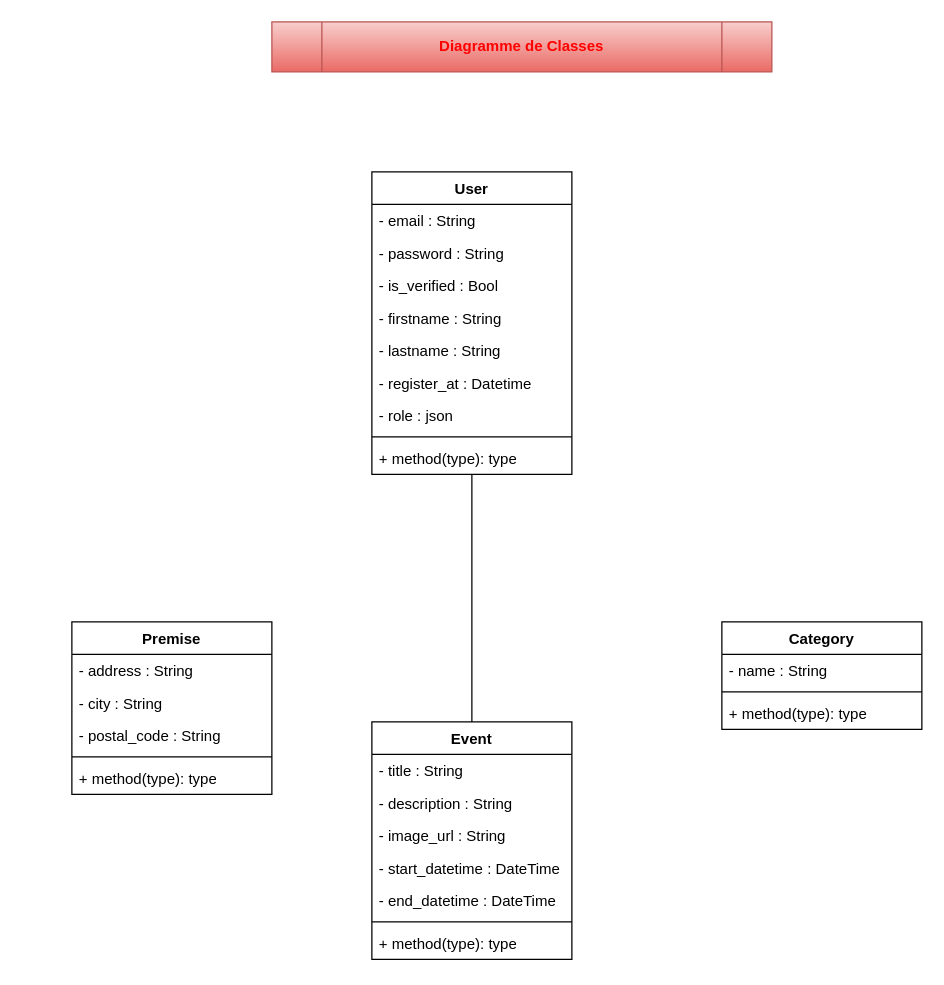
Earlier version of the draw.io diagram UML/Classe_Projet_Fil_Rouge.drawio (Mzk-Ali/M2I_Projet_Fil_Rouge_Conception). Source tidied: cells renumbered, new cells numbered last; positions are measured from the earlier drawing's top-left corner, leaving out a move shared by most shapes. Both pictures are drawn from the tidied source at 125%, with x=0, y=0 at pixel (71, 21).
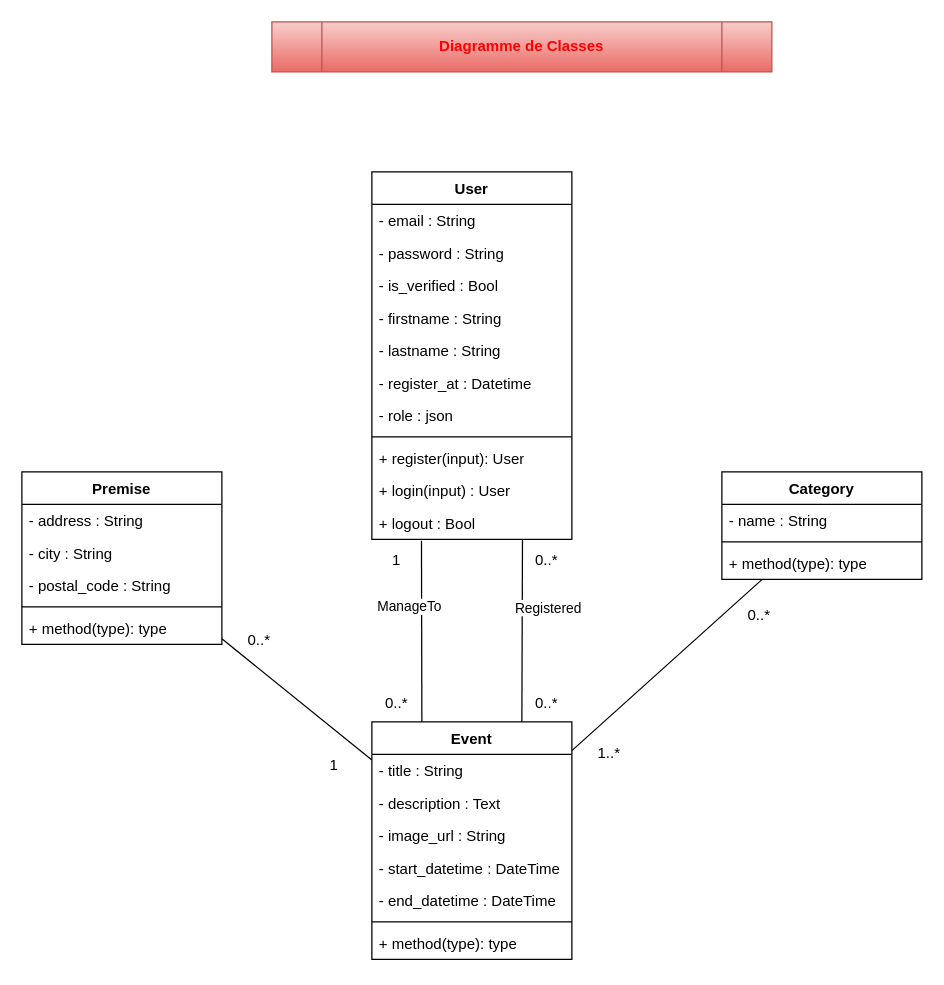
After the change.

Commit message (it also covers changes not shown here):
Mettre à jour Classe_Projet_Fil_Rouge.drawio

The change refers to these unchanged cells:
```xml
<mxCell id="14" value="Event" style="swimlane;fontStyle=1;align=center;verticalAlign=top;horizontal=1;startSize=26;whiteSpace=wrap;html=1;" parent="1" vertex="1">
  <mxGeometry x="240" y="560" width="160" height="190" as="geometry" />
</mxCell>
```

Diff of the diagram source:
```diff
@@
-    <mxCell id="3" style="rounded=0;jettySize=auto;html=1;endArrow=none;endFill=0;" parent="1" edge="1" source="4" target="14">
+    <mxCell id="3" style="rounded=0;jettySize=auto;html=1;endArrow=none;endFill=0;exitX=0.248;exitY=1.042;exitDx=0;exitDy=0;exitPerimeter=0;entryX=0.25;entryY=0;entryDx=0;entryDy=0;" parent="1" edge="1" source="34" target="14">
       <mxGeometry relative="1" as="geometry" />
     </mxCell>
+    <mxCell id="32" value="ManageTo" style="edgeLabel;html=1;align=center;verticalAlign=middle;" parent="3" vertex="1">
+      <mxGeometry x="-0.1" relative="1" as="geometry">
+        <mxPoint x="-10" y="-13" as="offset" />
+      </mxGeometry>
+    </mxCell>
     <mxCell id="4" value="User" style="swimlane;fontStyle=1;align=center;verticalAlign=top;horizontal=1;startSize=26;whiteSpace=wrap;html=1;" parent="1" vertex="1">
-      <mxGeometry x="240" y="120" width="160" height="242" as="geometry" />
+      <mxGeometry x="240" y="120" width="160" height="294" as="geometry" />
     </mxCell>
@@
-    <mxCell id="13" value="+ method(type): type" style="text;strokeColor=none;fillColor=none;align=left;verticalAlign=top;spacingLeft=4;spacingRight=4;overflow=hidden;whiteSpace=wrap;html=1;" parent="4" vertex="1">
+    <mxCell id="13" value="+ register(input): User" style="text;strokeColor=none;fillColor=none;align=left;verticalAlign=top;spacingLeft=4;spacingRight=4;overflow=hidden;whiteSpace=wrap;html=1;" parent="4" vertex="1">
       <mxGeometry y="216" width="160" height="26" as="geometry" />
     </mxCell>
+    <mxCell id="33" value="+ login(input) : User" style="text;strokeColor=none;fillColor=none;align=left;verticalAlign=top;spacingLeft=4;spacingRight=4;overflow=hidden;whiteSpace=wrap;html=1;" parent="4" vertex="1">
+      <mxGeometry y="242" width="160" height="26" as="geometry" />
+    </mxCell>
+    <mxCell id="34" value="+ logout : Bool" style="text;strokeColor=none;fillColor=none;align=left;verticalAlign=top;spacingLeft=4;spacingRight=4;overflow=hidden;points=[[0,0.5],[1,0.5]];portConstraint=eastwest;whiteSpace=wrap;html=1;" parent="4" vertex="1">
+      <mxGeometry y="268" width="160" height="26" as="geometry" />
+    </mxCell>
@@
-    <mxCell id="16" value="- description : String" style="text;strokeColor=none;fillColor=none;align=left;verticalAlign=top;spacingLeft=4;spacingRight=4;overflow=hidden;whiteSpace=wrap;html=1;" parent="14" vertex="1">
+    <mxCell id="16" value="- description : Text" style="text;strokeColor=none;fillColor=none;align=left;verticalAlign=top;spacingLeft=4;spacingRight=4;overflow=hidden;whiteSpace=wrap;html=1;" parent="14" vertex="1">
       <mxGeometry y="52" width="160" height="26" as="geometry" />
     </mxCell>
@@
+    <mxCell id="35" style="rounded=0;jettySize=auto;html=1;endArrow=none;endFill=0;" parent="1" edge="1" source="22" target="14">
+      <mxGeometry relative="1" as="geometry" />
+    </mxCell>
     <mxCell id="22" value="Category" style="swimlane;fontStyle=1;align=center;verticalAlign=top;horizontal=1;startSize=26;whiteSpace=wrap;html=1;" parent="1" vertex="1">
-      <mxGeometry x="520" y="480" width="160" height="86" as="geometry" />
+      <mxGeometry x="520" y="360" width="160" height="86" as="geometry" />
     </mxCell>
@@
+    <mxCell id="36" style="rounded=0;jettySize=auto;html=1;endArrow=none;endFill=0;" parent="1" edge="1" source="26" target="14">
+      <mxGeometry relative="1" as="geometry" />
+    </mxCell>
     <mxCell id="26" value="Premise" style="swimlane;fontStyle=1;align=center;verticalAlign=top;horizontal=1;startSize=26;whiteSpace=wrap;html=1;" parent="1" vertex="1">
-      <mxGeometry y="480" width="160" height="138" as="geometry" />
+      <mxGeometry x="-40" y="360" width="160" height="138" as="geometry" />
     </mxCell>
@@
+    <mxCell id="37" style="rounded=0;jettySize=auto;html=1;endArrow=none;endFill=0;exitX=0.753;exitY=1.016;exitDx=0;exitDy=0;exitPerimeter=0;entryX=0.75;entryY=0;entryDx=0;entryDy=0;" parent="1" edge="1" source="34" target="14">
+      <mxGeometry relative="1" as="geometry" />
+    </mxCell>
+    <mxCell id="38" value="Registered" style="edgeLabel;html=1;align=center;verticalAlign=middle;" parent="37" vertex="1">
+      <mxGeometry x="0.01" y="2" relative="1" as="geometry">
+        <mxPoint x="18" y="-20" as="offset" />
+      </mxGeometry>
+    </mxCell>
+    <mxCell id="39" value="0..*" style="text;html=1;align=center;verticalAlign=middle;whiteSpace=wrap;rounded=0;" parent="1" vertex="1">
+      <mxGeometry x="520" y="460" width="60" height="30" as="geometry" />
+    </mxCell>
+    <mxCell id="40" value="1..*" style="text;html=1;align=center;verticalAlign=middle;whiteSpace=wrap;rounded=0;" parent="1" vertex="1">
+      <mxGeometry x="400" y="570" width="60" height="30" as="geometry" />
+    </mxCell>
+    <mxCell id="41" value="0..*" style="text;html=1;align=center;verticalAlign=middle;whiteSpace=wrap;rounded=0;" parent="1" vertex="1">
+      <mxGeometry x="350" y="530" width="60" height="30" as="geometry" />
+    </mxCell>
+    <mxCell id="42" value="0..*" style="text;html=1;align=center;verticalAlign=middle;whiteSpace=wrap;rounded=0;" parent="1" vertex="1">
+      <mxGeometry x="350" y="416" width="60" height="30" as="geometry" />
+    </mxCell>
+    <mxCell id="43" value="0..*" style="text;html=1;align=center;verticalAlign=middle;whiteSpace=wrap;rounded=0;" parent="1" vertex="1">
+      <mxGeometry x="230" y="530" width="60" height="30" as="geometry" />
+    </mxCell>
+    <mxCell id="44" value="1" style="text;html=1;align=center;verticalAlign=middle;whiteSpace=wrap;rounded=0;" parent="1" vertex="1">
+      <mxGeometry x="230" y="416" width="60" height="30" as="geometry" />
+    </mxCell>
+    <mxCell id="45" value="1" style="text;html=1;align=center;verticalAlign=middle;whiteSpace=wrap;rounded=0;" parent="1" vertex="1">
+      <mxGeometry x="180" y="580" width="60" height="30" as="geometry" />
+    </mxCell>
+    <mxCell id="46" value="0..*" style="text;html=1;align=center;verticalAlign=middle;whiteSpace=wrap;rounded=0;" parent="1" vertex="1">
+      <mxGeometry x="120" y="480" width="60" height="30" as="geometry" />
+    </mxCell>
```
